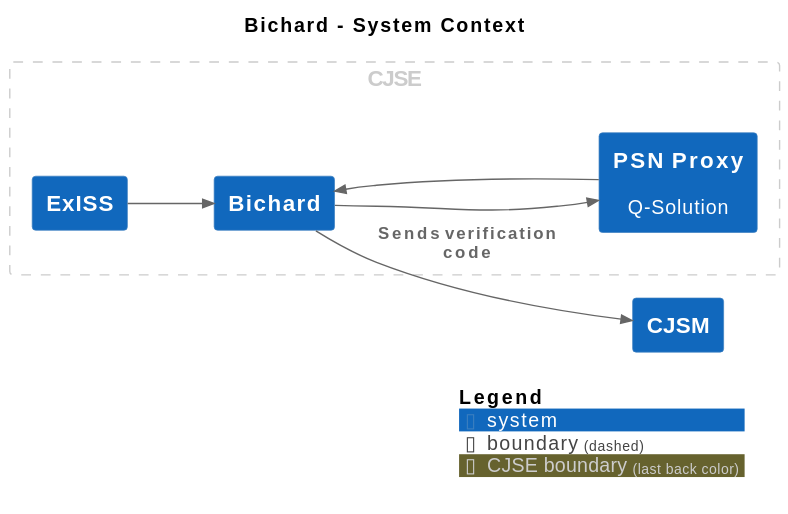
ministryofjustice/bichard7-next-core keeps this PlantUML diagram as main/svg/BichardSystemContext.svg. Above is the earlier version. Its source is kept beside it as main/puml/BichardSystemContext.puml. Source of this version:
```plantuml
@startuml
set separator none
title Bichard - System Context

left to right direction

!include <C4/C4>
!include <C4/C4_Context>

AddBoundaryTag("CJSE", $borderColor="#cccccc", $fontColor="#cccccc")
Boundary(group_1, "CJSE", $tags="CJSE") {
  System(Bichard, "Bichard", $descr="", $tags="", $link="")
  System(PSNProxy, "PSN Proxy", $descr="Q-Solution", $tags="", $link="")
  System(ExISS, "ExISS", $descr="", $tags="", $link="")
}

System(CJSM, "CJSM", $descr="", $tags="", $link="")

Rel_D(Bichard, PSNProxy, "", $techn="", $tags="", $link="")
Rel_D(PSNProxy, Bichard, "", $techn="", $tags="", $link="")
Rel_D(Bichard, CJSM, "Sends verification code", $techn="", $tags="", $link="")
Rel_D(ExISS, Bichard, "", $techn="", $tags="", $link="")

SHOW_LEGEND(true)
@enduml
```
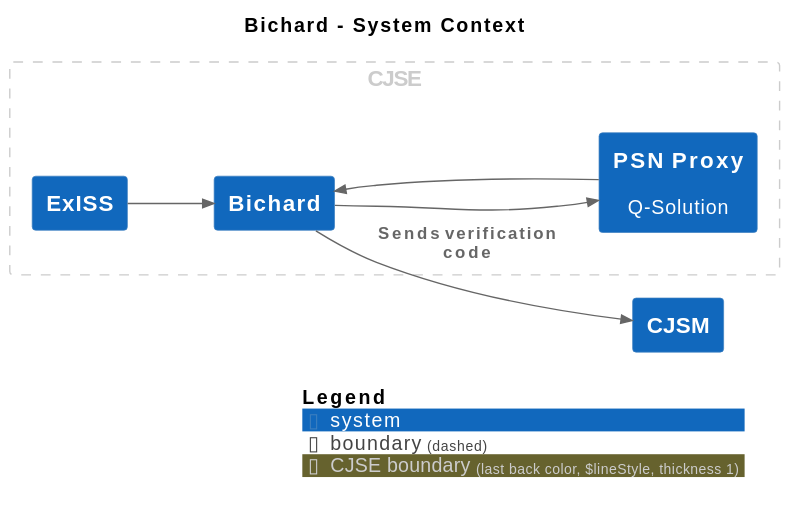
Later version of the same file.

Change to the diagram source:
```diff
@@ -7,7 +7,7 @@
 !include <C4/C4>
 !include <C4/C4_Context>
 
-AddBoundaryTag("CJSE", $borderColor="#cccccc", $fontColor="#cccccc")
+AddBoundaryTag("CJSE", $borderColor="#cccccc", $fontColor="#cccccc", $borderStyle="Dashed", $borderThickness="1")
 Boundary(group_1, "CJSE", $tags="CJSE") {
   System(Bichard, "Bichard", $descr="", $tags="", $link="")
   System(PSNProxy, "PSN Proxy", $descr="Q-Solution", $tags="", $link="")
@@ -16,10 +16,10 @@
 
 System(CJSM, "CJSM", $descr="", $tags="", $link="")
 
-Rel_D(Bichard, PSNProxy, "", $techn="", $tags="", $link="")
-Rel_D(PSNProxy, Bichard, "", $techn="", $tags="", $link="")
-Rel_D(Bichard, CJSM, "Sends verification code", $techn="", $tags="", $link="")
-Rel_D(ExISS, Bichard, "", $techn="", $tags="", $link="")
+Rel(Bichard, PSNProxy, "", $techn="", $tags="", $link="")
+Rel(PSNProxy, Bichard, "", $techn="", $tags="", $link="")
+Rel(Bichard, CJSM, "Sends verification code", $techn="", $tags="", $link="")
+Rel(ExISS, Bichard, "", $techn="", $tags="", $link="")
 
 SHOW_LEGEND(true)
 @enduml
```
